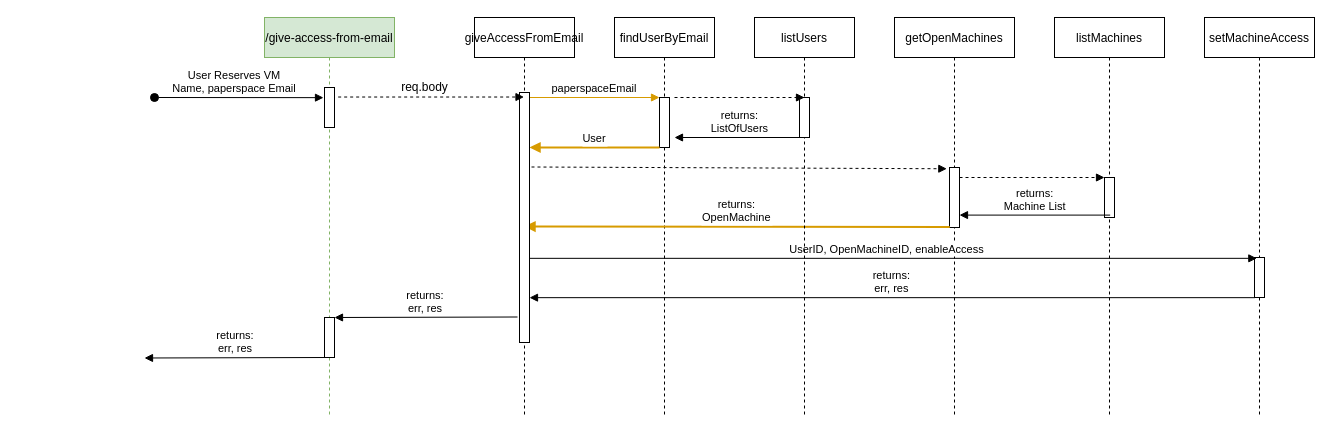
jayjayb772/IRL-Paperspace-automation keeps this draw.io diagram as Back-end/designDocs/GiveAccessFlow.drawio. Above is the earlier version. Source tidied: cells renumbered, new cells numbered last; positions are measured from the earlier drawing's top-left corner, leaving out a move shared by most shapes. Both pictures are drawn from the tidied source at 100%, with x=0, y=0 at pixel (144, 17).
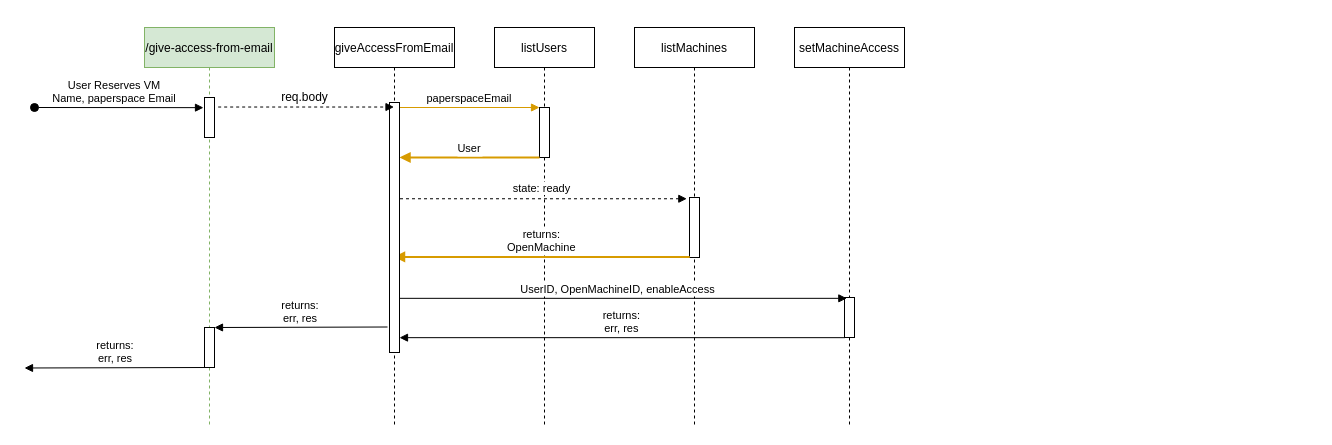
After the change.

What changed in the source:
```diff
@@
     <mxCell id="2" value="/give-access-from-email" style="shape=umlLifeline;perimeter=lifelinePerimeter;rounded=0;shadow=0;strokeWidth=1;fillColor=#d5e8d4;strokeColor=#82b366;" parent="1" vertex="1">
-      <mxGeometry x="120" width="130" height="400" as="geometry" />
+      <mxGeometry y="10" width="130" height="400" as="geometry" />
     </mxCell>
@@
-    <mxCell id="6" value="findUserByEmail" style="shape=umlLifeline;perimeter=lifelinePerimeter;rounded=0;shadow=0;strokeWidth=1;" parent="1" vertex="1">
-      <mxGeometry x="470" width="100" height="400" as="geometry" />
-    </mxCell>
+    <mxCell id="28" value="listUsers" style="shape=umlLifeline;perimeter=lifelinePerimeter;rounded=0;shadow=0;strokeWidth=1;" parent="1" vertex="1">
+      <mxGeometry x="350" y="10" width="100" height="400" as="geometry" />
+    </mxCell>
-    <mxCell id="7" style="points=[];perimeter=orthogonalPerimeter;rounded=0;shadow=0;strokeWidth=1;" parent="6" vertex="1">
+    <mxCell id="7" style="points=[];perimeter=orthogonalPerimeter;rounded=0;shadow=0;strokeWidth=1;" parent="28" vertex="1">
       <mxGeometry x="45" y="80" width="10" height="50" as="geometry" />
     </mxCell>
-    <mxCell id="8" value="paperspaceEmail" style="verticalAlign=bottom;endArrow=block;entryX=0;entryY=0;shadow=0;strokeWidth=1;fillColor=#ffe6cc;strokeColor=#d79b00;" parent="1" edge="1" source="19" target="7">
+    <mxCell id="8" value="paperspaceEmail" style="verticalAlign=bottom;endArrow=block;entryX=0;entryY=0;shadow=0;strokeWidth=1;fillColor=#ffe6cc;strokeColor=#d79b00;" parent="1" edge="1" source="36" target="7">
       <mxGeometry relative="1" as="geometry" />
     </mxCell>
-    <mxCell id="9" value="User" style="verticalAlign=bottom;endArrow=block;shadow=0;strokeWidth=2;fillColor=#ffe6cc;strokeColor=#d79b00;" parent="1" edge="1" source="7" target="19">
+    <mxCell id="9" value="User" style="verticalAlign=bottom;endArrow=block;shadow=0;strokeWidth=2;fillColor=#ffe6cc;strokeColor=#d79b00;" parent="1" edge="1" source="7" target="36">
       <mxGeometry relative="1" as="geometry">
         <Array as="points">
-          <mxPoint x="430" y="130" />
+          <mxPoint x="310" y="140" />
         </Array>
       </mxGeometry>
     </mxCell>
-    <mxCell id="10" value="getOpenMachines" style="shape=umlLifeline;perimeter=lifelinePerimeter;rounded=0;shadow=0;strokeWidth=1;" parent="1" vertex="1">
-      <mxGeometry x="750" width="120" height="400" as="geometry" />
-    </mxCell>
-    <mxCell id="11" style="points=[];perimeter=orthogonalPerimeter;rounded=0;shadow=0;strokeWidth=1;" parent="10" vertex="1">
-      <mxGeometry x="55" y="150" width="10" height="60" as="geometry" />
-    </mxCell>
-    <mxCell id="12" style="verticalAlign=bottom;endArrow=block;shadow=0;strokeWidth=1;dashed=1;exitX=1.2;exitY=0.298;exitDx=0;exitDy=0;exitPerimeter=0;entryX=-0.267;entryY=0.021;entryDx=0;entryDy=0;entryPerimeter=0;" parent="1" edge="1" source="19" target="11">
-      <mxGeometry relative="1" as="geometry" />
-    </mxCell>
+    <mxCell id="24" value="listMachines" style="shape=umlLifeline;perimeter=lifelinePerimeter;rounded=0;shadow=0;strokeWidth=1;" parent="1" vertex="1">
+      <mxGeometry x="490" y="10" width="120" height="400" as="geometry" />
+    </mxCell>
+    <mxCell id="32" style="points=[];perimeter=orthogonalPerimeter;rounded=0;shadow=0;strokeWidth=1;" parent="24" vertex="1">
+      <mxGeometry x="55" y="170" width="10" height="60" as="geometry" />
+    </mxCell>
+    <mxCell id="33" style="verticalAlign=bottom;endArrow=block;shadow=0;strokeWidth=1;dashed=1;entryX=-0.267;entryY=0.021;entryDx=0;entryDy=0;entryPerimeter=0;" parent="1" edge="1" source="18" target="32">
+      <mxGeometry relative="1" as="geometry" />
+    </mxCell>
+    <mxCell id="34" value="state: ready" style="edgeLabel;html=1;align=center;verticalAlign=middle;" parent="33" vertex="1">
+      <mxGeometry x="0.15" y="1" relative="1" as="geometry">
+        <mxPoint x="-21" y="-9.5" as="offset" />
+      </mxGeometry>
+    </mxCell>
-    <mxCell id="13" value="returns:&#10;OpenMachine" style="verticalAlign=bottom;endArrow=block;shadow=0;strokeWidth=2;exitX=0.029;exitY=0.99;exitDx=0;exitDy=0;exitPerimeter=0;fillColor=#ffe6cc;strokeColor=#d79b00;" parent="1" edge="1" source="11">
-      <mxGeometry relative="1" as="geometry">
-        <mxPoint x="380" y="209" as="targetPoint" />
-      </mxGeometry>
+    <mxCell id="13" value="returns:&#10;OpenMachine" style="verticalAlign=bottom;endArrow=block;shadow=0;strokeWidth=2;exitX=0.029;exitY=0.99;exitDx=0;exitDy=0;exitPerimeter=0;fillColor=#ffe6cc;strokeColor=#d79b00;" parent="1" edge="1" source="32" target="18">
+      <mxGeometry relative="1" as="geometry" />
     </mxCell>
     <mxCell id="14" value="setMachineAccess" style="shape=umlLifeline;perimeter=lifelinePerimeter;rounded=0;shadow=0;strokeWidth=1;" parent="1" vertex="1">
-      <mxGeometry x="1060" width="110" height="400" as="geometry" />
+      <mxGeometry x="650" y="10" width="110" height="400" as="geometry" />
     </mxCell>
-    <mxCell id="15" style="points=[];perimeter=orthogonalPerimeter;rounded=0;shadow=0;strokeWidth=1;" parent="14" vertex="1">
-      <mxGeometry x="50" y="240" width="10" height="40" as="geometry" />
-    </mxCell>
+    <mxCell id="35" style="points=[];perimeter=orthogonalPerimeter;rounded=0;shadow=0;strokeWidth=1;" parent="14" vertex="1">
+      <mxGeometry x="50" y="270" width="10" height="40" as="geometry" />
+    </mxCell>
-    <mxCell id="16" value="UserID, OpenMachineID, enableAccess" style="verticalAlign=bottom;endArrow=block;entryX=0.233;entryY=0.021;shadow=0;strokeWidth=1;entryDx=0;entryDy=0;entryPerimeter=0;" parent="1" edge="1" source="18" target="15">
+    <mxCell id="16" value="UserID, OpenMachineID, enableAccess" style="verticalAlign=bottom;endArrow=block;entryX=0.233;entryY=0.021;shadow=0;strokeWidth=1;entryDx=0;entryDy=0;entryPerimeter=0;" parent="1" edge="1" source="18" target="35">
       <mxGeometry x="-0.01" relative="1" as="geometry" />
     </mxCell>
-    <mxCell id="17" value="returns:&#10;err, res" style="verticalAlign=bottom;endArrow=block;shadow=0;strokeWidth=1;exitX=0.033;exitY=1.004;exitDx=0;exitDy=0;exitPerimeter=0;" parent="1" edge="1" source="15" target="19">
+    <mxCell id="17" value="returns:&#10;err, res" style="verticalAlign=bottom;endArrow=block;shadow=0;strokeWidth=1;exitX=0.033;exitY=1.004;exitDx=0;exitDy=0;exitPerimeter=0;" parent="1" edge="1" source="35" target="36">
       <mxGeometry relative="1" as="geometry" />
     </mxCell>
     <mxCell id="18" value="giveAccessFromEmail" style="shape=umlLifeline;perimeter=lifelinePerimeter;rounded=0;shadow=0;strokeWidth=1;" parent="1" vertex="1">
-      <mxGeometry x="330" width="100" height="400" as="geometry" />
+      <mxGeometry x="190" y="10" width="120" height="400" as="geometry" />
     </mxCell>
-    <mxCell id="19" style="points=[];perimeter=orthogonalPerimeter;rounded=0;shadow=0;strokeWidth=1;" parent="18" vertex="1">
-      <mxGeometry x="45" y="75" width="10" height="250" as="geometry" />
-    </mxCell>
+    <mxCell id="36" style="points=[];perimeter=orthogonalPerimeter;rounded=0;shadow=0;strokeWidth=1;" parent="18" vertex="1">
+      <mxGeometry x="55" y="75" width="10" height="250" as="geometry" />
+    </mxCell>
@@
     <mxCell id="21" value="req.body" style="text;html=1;align=center;verticalAlign=middle;" parent="1" vertex="1">
-      <mxGeometry x="250" y="60" width="60" height="20" as="geometry" />
+      <mxGeometry x="130" y="70" width="60" height="20" as="geometry" />
     </mxCell>
-    <mxCell id="22" value="returns:&#10;err, res" style="verticalAlign=bottom;endArrow=block;shadow=0;strokeWidth=1;exitX=-0.2;exitY=0.898;exitDx=0;exitDy=0;exitPerimeter=0;" parent="1" edge="1" source="19">
-      <mxGeometry relative="1" as="geometry">
-        <mxPoint x="190" y="300" as="targetPoint" />
-      </mxGeometry>
-    </mxCell>
-    <mxCell id="23" value="returns:&#10;err, res" style="verticalAlign=bottom;endArrow=block;shadow=0;strokeWidth=1;exitX=-0.2;exitY=0.898;exitDx=0;exitDy=0;exitPerimeter=0;" parent="1" edge="1">
-      <mxGeometry relative="1" as="geometry">
-        <mxPoint x="183" y="340" as="sourcePoint" />
-        <mxPoint y="340.5" as="targetPoint" />
-      </mxGeometry>
-    </mxCell>
-    <mxCell id="24" value="listMachines" style="shape=umlLifeline;perimeter=lifelinePerimeter;rounded=0;shadow=0;strokeWidth=1;" parent="1" vertex="1">
-      <mxGeometry x="910" width="110" height="400" as="geometry" />
-    </mxCell>
-    <mxCell id="25" style="points=[];perimeter=orthogonalPerimeter;rounded=0;shadow=0;strokeWidth=1;" parent="24" vertex="1">
-      <mxGeometry x="50" y="160" width="10" height="40" as="geometry" />
-    </mxCell>
-    <mxCell id="26" style="verticalAlign=bottom;endArrow=block;shadow=0;strokeWidth=1;dashed=1;" parent="1" edge="1" source="11" target="25">
-      <mxGeometry relative="1" as="geometry">
-        <Array as="points">
-          <mxPoint x="900" y="160" />
-        </Array>
-      </mxGeometry>
-    </mxCell>
-    <mxCell id="27" value="returns:&#10;Machine List" style="verticalAlign=bottom;endArrow=block;shadow=0;strokeWidth=1;exitX=0.506;exitY=0.494;exitDx=0;exitDy=0;exitPerimeter=0;" parent="1" edge="1" source="24" target="11">
-      <mxGeometry relative="1" as="geometry" />
-    </mxCell>
-    <mxCell id="28" value="listUsers" style="shape=umlLifeline;perimeter=lifelinePerimeter;rounded=0;shadow=0;strokeWidth=1;" parent="1" vertex="1">
-      <mxGeometry x="610" width="100" height="400" as="geometry" />
-    </mxCell>
-    <mxCell id="29" style="perimeter=orthogonalPerimeter;rounded=0;shadow=0;strokeWidth=1;" parent="28" vertex="1">
-      <mxGeometry x="45" y="80" width="10" height="40" as="geometry" />
-    </mxCell>
-    <mxCell id="30" style="verticalAlign=bottom;endArrow=block;entryX=0;entryY=0;shadow=0;strokeWidth=1;dashed=1;" parent="1" edge="1">
-      <mxGeometry relative="1" as="geometry">
-        <mxPoint x="530" y="80" as="sourcePoint" />
-        <mxPoint x="660" y="80" as="targetPoint" />
-      </mxGeometry>
-    </mxCell>
-    <mxCell id="31" value="returns:&#10;ListOfUsers" style="verticalAlign=bottom;endArrow=block;shadow=0;strokeWidth=1;entryX=0.536;entryY=0.314;entryDx=0;entryDy=0;entryPerimeter=0;" parent="1" edge="1">
-      <mxGeometry relative="1" as="geometry">
-        <mxPoint x="661.4" y="120" as="sourcePoint" />
-        <mxPoint x="530" y="120" as="targetPoint" />
-      </mxGeometry>
-    </mxCell>
+    <mxCell id="37" value="returns:&#10;err, res" style="verticalAlign=bottom;endArrow=block;shadow=0;strokeWidth=1;exitX=-0.2;exitY=0.898;exitDx=0;exitDy=0;exitPerimeter=0;" parent="1" edge="1" source="36">
+      <mxGeometry relative="1" as="geometry">
+        <mxPoint x="70" y="310" as="targetPoint" />
+      </mxGeometry>
+    </mxCell>
+    <mxCell id="38" value="returns:&#10;err, res" style="verticalAlign=bottom;endArrow=block;shadow=0;strokeWidth=1;exitX=-0.2;exitY=0.898;exitDx=0;exitDy=0;exitPerimeter=0;" parent="1" edge="1">
+      <mxGeometry relative="1" as="geometry">
+        <mxPoint x="63" y="350" as="sourcePoint" />
+        <mxPoint x="-120" y="350.5" as="targetPoint" />
+      </mxGeometry>
+    </mxCell>
```
